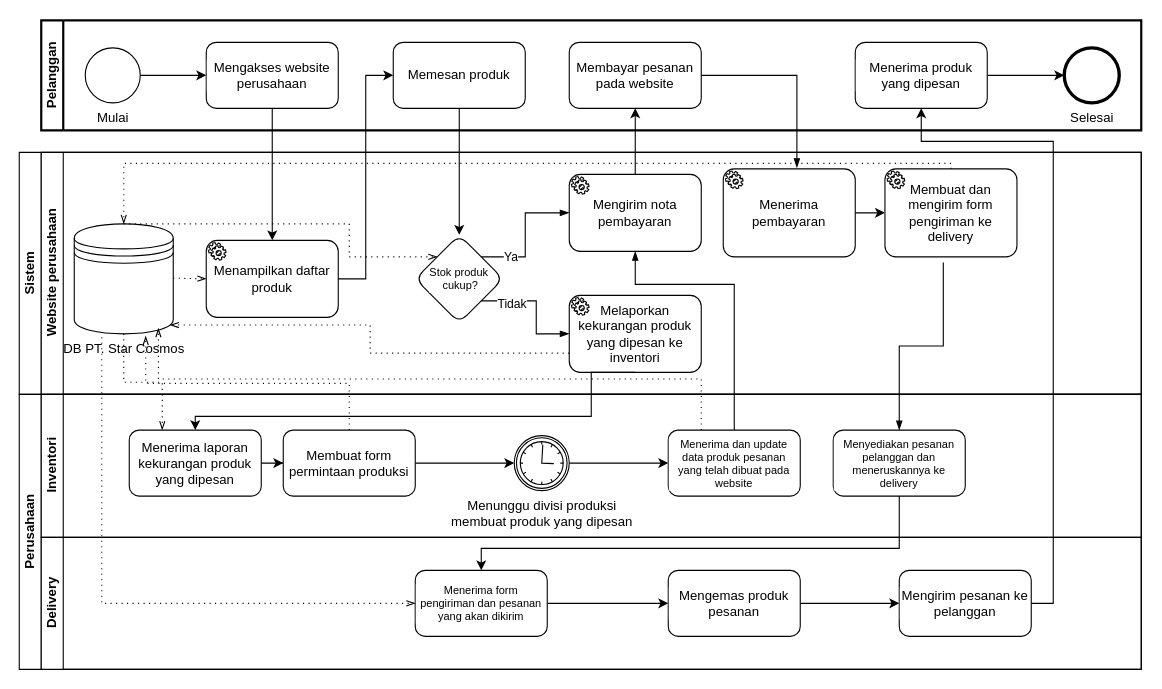
The draw.io diagram exe model penjualan.drawio in FikaBaraka/Tugas-spring-boot, before the edit. Source tidied: cells renumbered, new cells numbered last; positions are measured from the earlier drawing's top-left corner, leaving out a move shared by most shapes. Both pictures are drawn from the tidied source at 110%, with x=0, y=0 at pixel (19, 20).
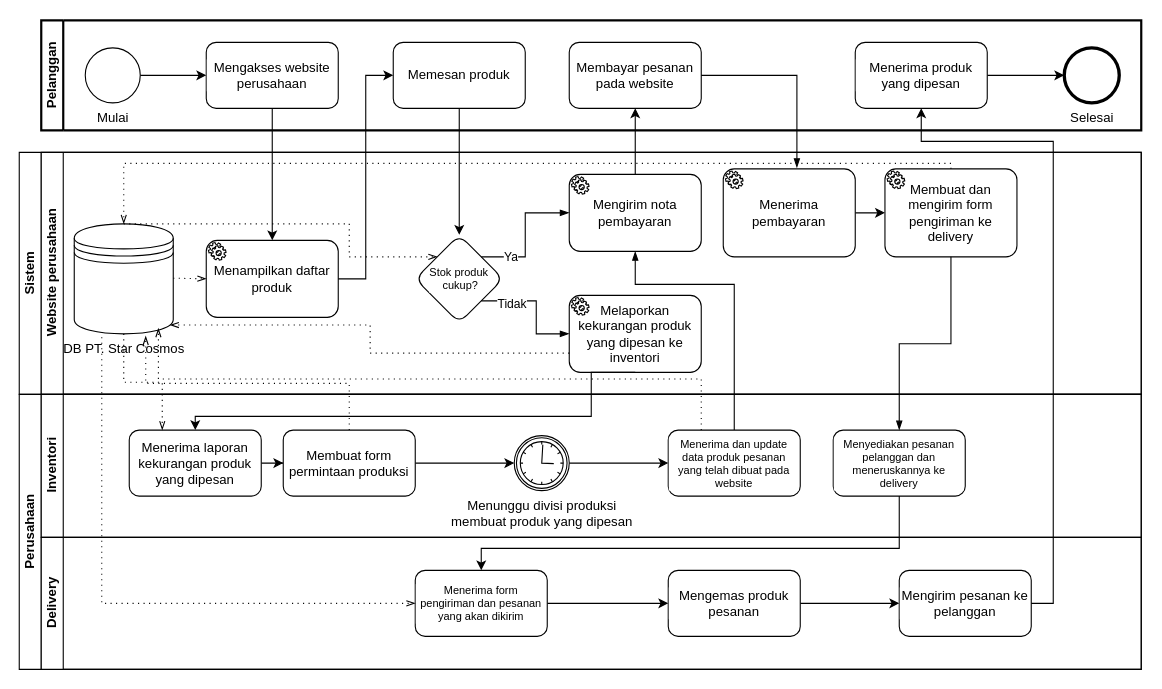
The same page after the edit.

The change refers to these unchanged cells:
```xml
<mxCell id="27" value="Membuat dan mengirim form pengiriman ke delivery" style="points=[[0.25,0,0],[0.5,0,0],[0.75,0,0],[1,0.25,0],[1,0.5,0],[1,0.75,0],[0.75,1,0],[0.5,1,0],[0.25,1,0],[0,0.75,0],[0,0.5,0],[0,0.25,0]];shape=mxgraph.bpmn.task;whiteSpace=wrap;rectStyle=rounded;size=10;html=1;taskMarker=service;" parent="12" vertex="1">
  <mxGeometry x="767" y="15" width="120" height="80" as="geometry" />
</mxCell>
<mxCell id="42" value="Menyediakan pesanan pelanggan dan meneruskannya ke delivery" style="rounded=1;whiteSpace=wrap;html=1;labelBackgroundColor=#ffffff;fontSize=10;" parent="34" vertex="1">
  <mxGeometry x="720" y="32.5" width="120" height="60" as="geometry" />
</mxCell>
```

Diff of the diagram source:
```diff
@@
-    <mxCell id="55" style="edgeStyle=elbowEdgeStyle;fontSize=12;html=1;endArrow=blockThin;endFill=1;rounded=0;exitX=0.442;exitY=1.063;exitDx=0;exitDy=0;exitPerimeter=0;entryX=0.5;entryY=0;entryDx=0;entryDy=0;elbow=vertical;" parent="1" edge="1" source="27" target="42">
+    <mxCell id="55" style="edgeStyle=elbowEdgeStyle;fontSize=12;html=1;endArrow=blockThin;endFill=1;rounded=0;exitX=0.5;exitY=1;exitDx=0;exitDy=0;exitPerimeter=0;entryX=0.5;entryY=0;entryDx=0;entryDy=0;elbow=vertical;" parent="1" edge="1" source="27" target="42">
       <mxGeometry relative="1" as="geometry" />
     </mxCell>
```
